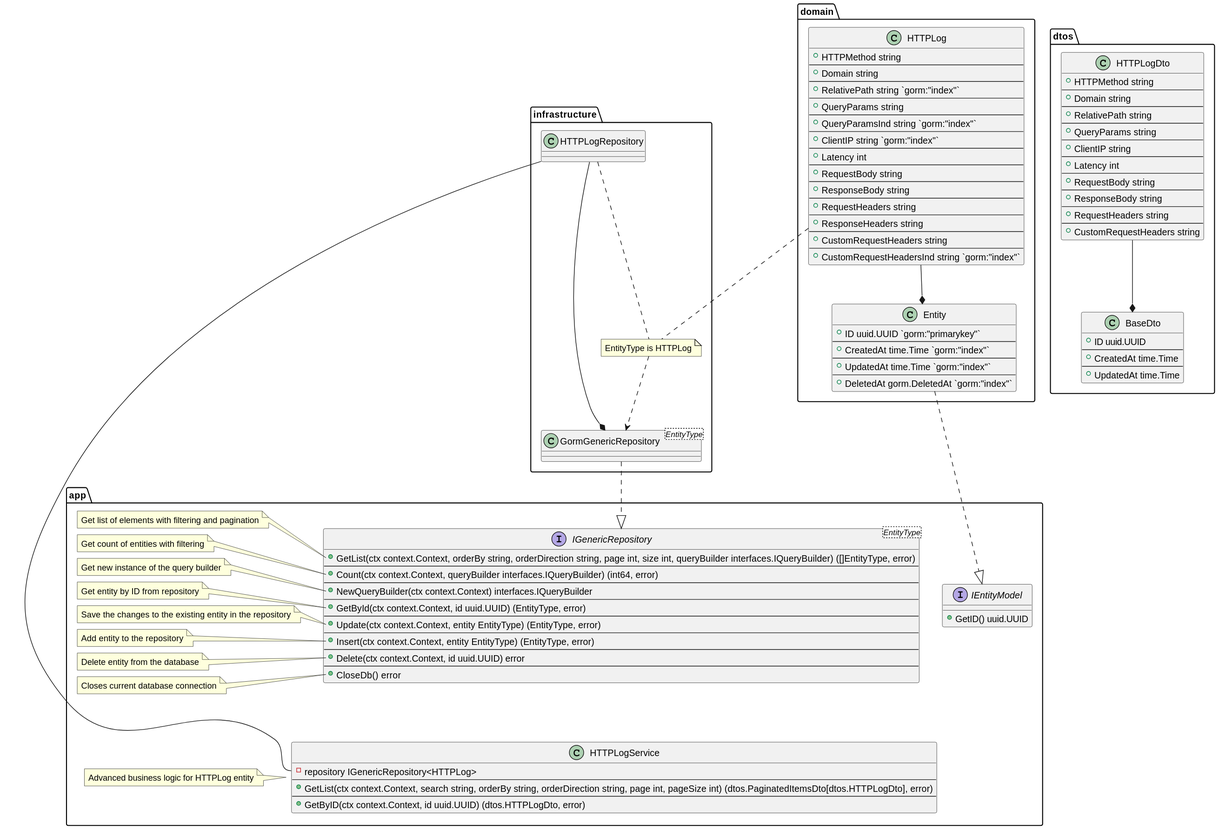
Before: docs/plantuml/services/HTTPLogService.svg, a diagram exported from PlantUML (lf-edge/rol).
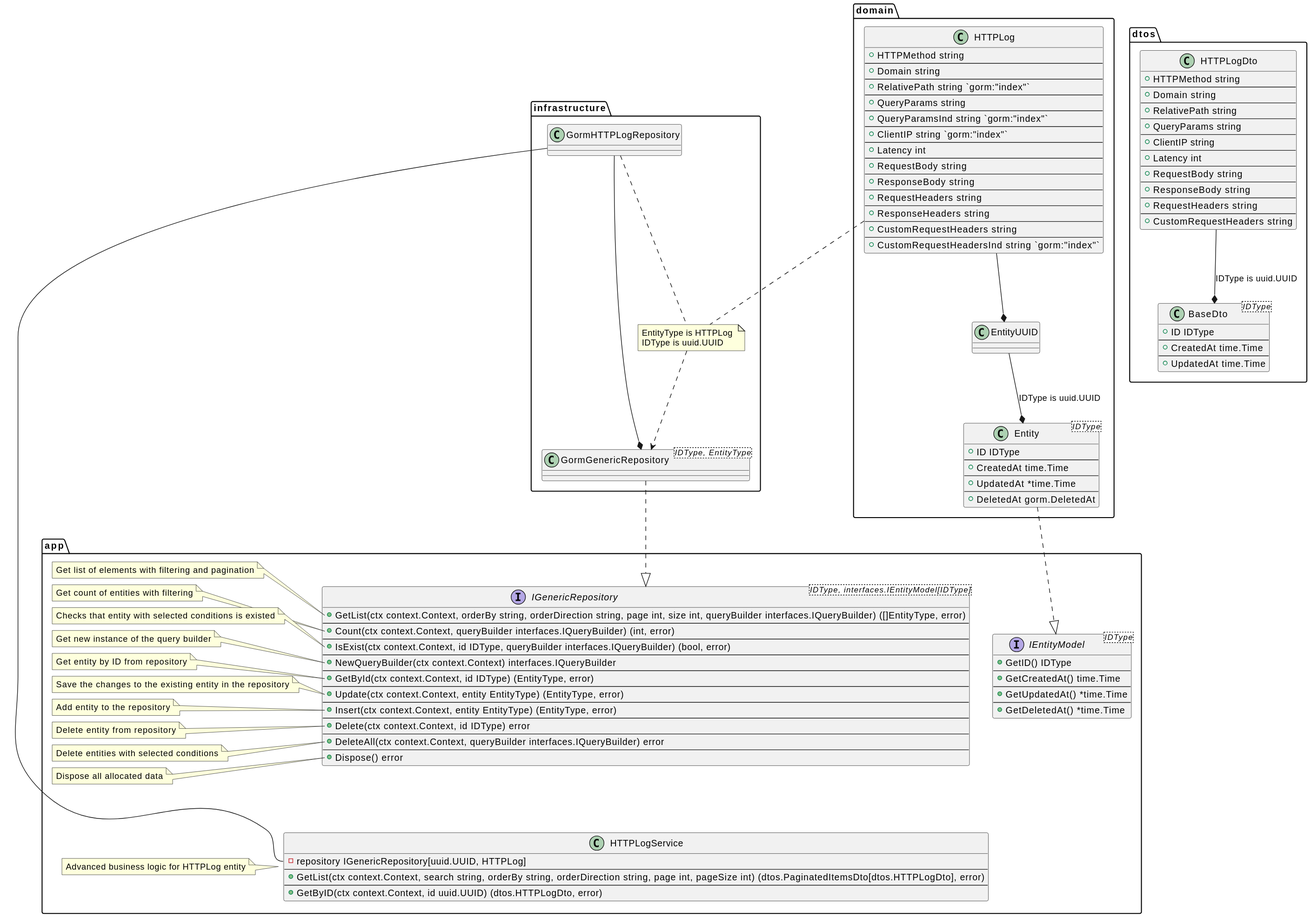
After the change.

The edit, as a diff of the source:
```diff
@@ -1,11 +1,11 @@
 @startuml
 
-!include ../repositories/HTTPLogRepository.puml
+!include ../repositories/GormHTTPLogRepository.puml
 !include ../dto/HTTPLog/HTTPLogDto.puml
 
 package app {
     class HTTPLogService {
-        -repository IGenericRepository<HTTPLog>
+        -repository IGenericRepository[uuid.UUID, HTTPLog]
         --
         +GetList(ctx context.Context, search string, orderBy string, orderDirection string, page int, pageSize int) (dtos.PaginatedItemsDto[dtos.HTTPLogDto], error)
         --
@@ -14,7 +14,7 @@
 
     HTTPLogService .[hidden]up. IGenericRepository
 
-    HTTPLogRepository -right- HTTPLogService::repository
+    GormHTTPLogRepository -right- HTTPLogService::repository
 
     note left of HTTPLogService
         Advanced business logic for HTTPLog entity
```
